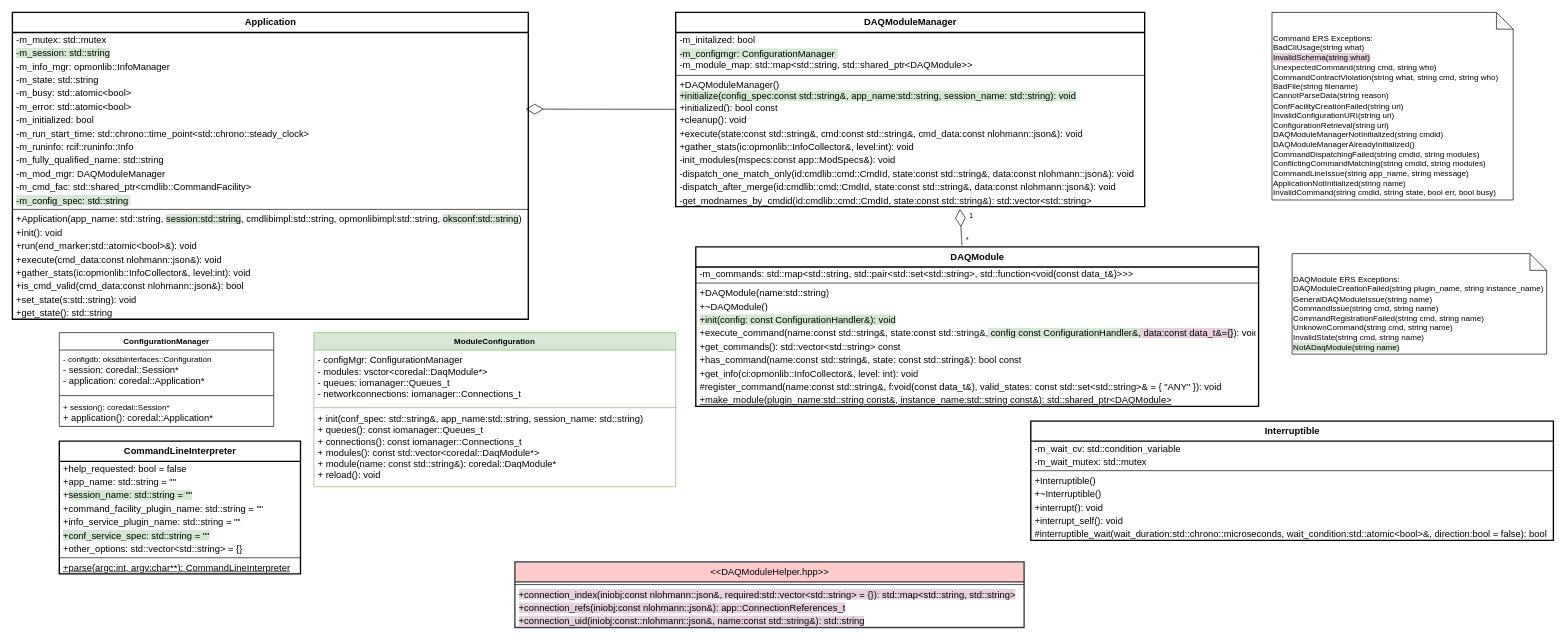
DUNE-DAQ/appfwk keeps this draw.io diagram as page "OKS Config with ConfigurationHandler" (1 of 3) of docs/appfwk.drawio. Above is the earlier version. Source tidied: cells renumbered, new cells numbered last; positions are measured from the earlier drawing's top-left corner, leaving out a move shared by most shapes. Both pictures are drawn from the tidied source at 67%, with x=0, y=0 at pixel (12, 12).
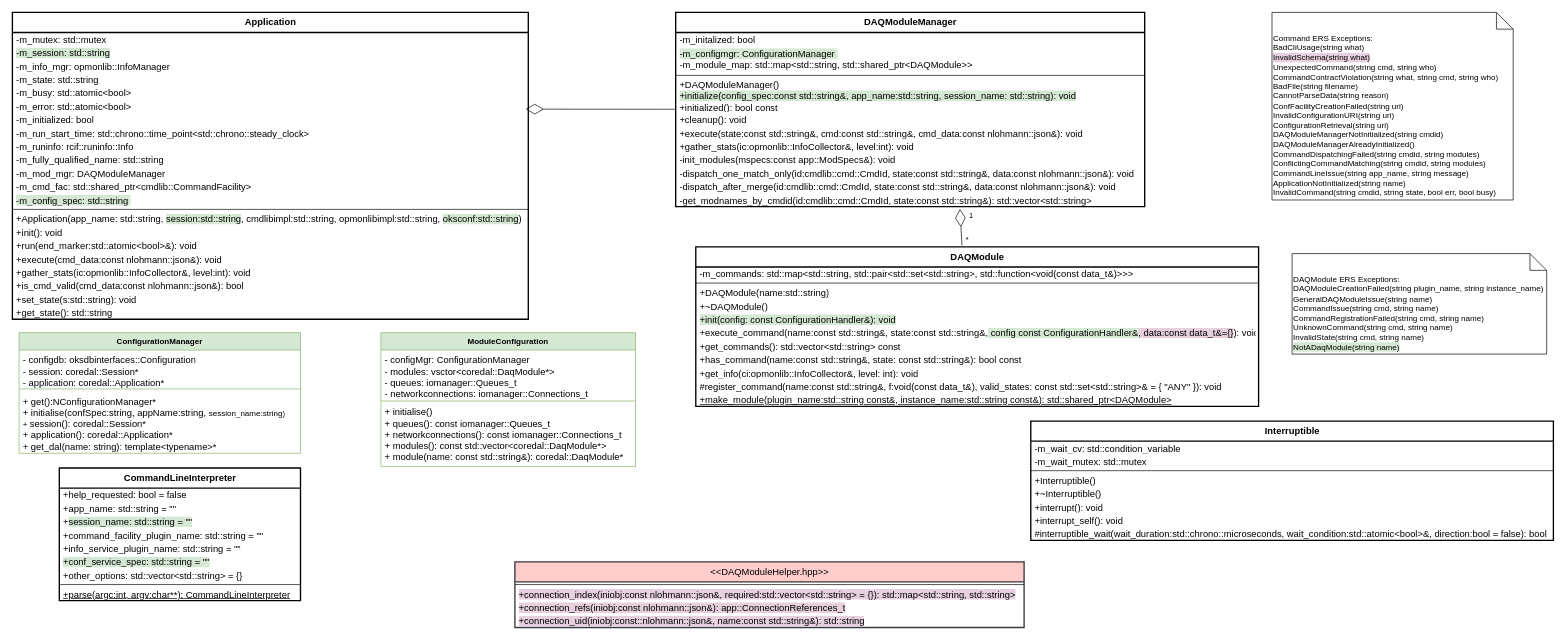
The same diagram, later.

Commit message (it also covers changes not shown here):
Get data_type from Connection rather than Service

What changed in the source:
```diff
@@
     <mxCell id="49" value="&lt;b&gt;CommandLineInterpreter&lt;br&gt;&lt;/b&gt;" style="swimlane;fontStyle=0;align=center;verticalAlign=top;horizontal=1;startSize=30;html=1;fontFamily=Helvetica;fontSize=14;strokeWidth=2;fillColor=default;" parent="1" vertex="1">
-      <mxGeometry x="70" y="640" width="360" height="198" as="geometry" />
+      <mxGeometry x="70" y="680" width="360" height="198" as="geometry" />
     </mxCell>
@@
     <mxCell id="74" value="ModuleConfiguration" style="swimlane;fontStyle=1;align=center;verticalAlign=top;horizontal=1;startSize=26;whiteSpace=wrap;html=1;fillColor=#d5e8d4;strokeColor=#82b366;" parent="1" vertex="1">
-      <mxGeometry x="450" y="478" width="540" height="230" as="geometry" />
+      <mxGeometry x="550" y="478" width="380" height="200" as="geometry" />
     </mxCell>
     <mxCell id="75" value="&lt;font style=&quot;font-size: 14px;&quot;&gt;- configMgr: ConfigurationManager&lt;br&gt;- modules: vsctor&amp;lt;coredal::DaqModule*&amp;gt;&lt;br&gt;- queues: iomanager::Queues_t&lt;br&gt;- networkconnections: iomanager::Connections_t&lt;br&gt;&lt;br&gt;&lt;/font&gt;" style="text;strokeColor=none;fillColor=none;align=left;verticalAlign=top;spacingLeft=4;spacingRight=4;overflow=hidden;whiteSpace=wrap;html=1;" parent="74" vertex="1">
-      <mxGeometry y="26" width="540" height="84" as="geometry" />
+      <mxGeometry y="26" width="380" height="74" as="geometry" />
     </mxCell>
     <mxCell id="76" style="line;strokeWidth=1;fillColor=none;align=left;verticalAlign=middle;spacingTop=-1;spacingLeft=3;spacingRight=3;labelPosition=right;strokeColor=inherit;" parent="74" vertex="1">
-      <mxGeometry y="110" width="540" height="4" as="geometry" />
+      <mxGeometry y="100" width="380" height="4" as="geometry" />
     </mxCell>
-    <mxCell id="77" value="&lt;font style=&quot;font-size: 14px;&quot;&gt;+ init(conf_spec: std::string&amp;amp;, app_name:std::string, session_name: std::string)&lt;br&gt;+ queues(): const iomanager::Queues_t&lt;br&gt;+ connections(): const iomanager::Connections_t&lt;br&gt;+ modules(): const std::vector&amp;lt;coredal::DaqModule*&amp;gt;&lt;br&gt;+ module(name: const std::string&amp;amp;): coredal::DaqModule*&lt;br&gt;+ reload(): void&lt;/font&gt;" style="text;strokeColor=none;fillColor=none;align=left;verticalAlign=top;spacingLeft=4;spacingRight=4;overflow=hidden;whiteSpace=wrap;html=1;" parent="74" vertex="1">
-      <mxGeometry y="114" width="540" height="116" as="geometry" />
+    <mxCell id="77" value="&lt;font style=&quot;font-size: 14px;&quot;&gt;+ initialise()&lt;br&gt;+ queues(): const iomanager::Queues_t&lt;br&gt;+ networkconnections(): const iomanager::Connections_t&lt;br&gt;+ modules(): const std::vector&amp;lt;coredal::DaqModule*&amp;gt;&lt;br&gt;+ module(name: const std::string&amp;amp;): coredal::DaqModule*&lt;br&gt;&lt;/font&gt;" style="text;strokeColor=none;fillColor=none;align=left;verticalAlign=top;spacingLeft=4;spacingRight=4;overflow=hidden;whiteSpace=wrap;html=1;" parent="74" vertex="1">
+      <mxGeometry y="104" width="380" height="96" as="geometry" />
     </mxCell>
@@
-    <mxCell id="83" value="ConfigurationManager" style="swimlane;fontStyle=1;align=center;verticalAlign=top;horizontal=1;startSize=26;whiteSpace=wrap;html=1;" parent="1" vertex="1">
-      <mxGeometry x="70" y="478" width="320" height="140" as="geometry" />
+    <mxCell id="83" value="ConfigurationManager" style="swimlane;fontStyle=1;align=center;verticalAlign=top;horizontal=1;startSize=26;whiteSpace=wrap;html=1;fillColor=#d5e8d4;strokeColor=#82b366;" parent="1" vertex="1">
+      <mxGeometry x="10" y="478" width="420" height="180" as="geometry" />
     </mxCell>
-    <mxCell id="84" value="- configdb: oksdbinterfaces::Configuration&lt;br style=&quot;border-color: var(--border-color); font-size: 14px;&quot;&gt;&lt;span style=&quot;font-size: 14px;&quot;&gt;- session: coredal::Session*&lt;/span&gt;&lt;br style=&quot;border-color: var(--border-color); font-size: 14px;&quot;&gt;&lt;span style=&quot;font-size: 14px;&quot;&gt;- application: coredal::Application*&lt;/span&gt;" style="text;strokeColor=none;fillColor=none;align=left;verticalAlign=top;spacingLeft=4;spacingRight=4;overflow=hidden;whiteSpace=wrap;html=1;" parent="83" vertex="1">
-      <mxGeometry y="26" width="320" height="64" as="geometry" />
+    <mxCell id="84" value="&lt;font style=&quot;font-size: 14px;&quot;&gt;- configdb: oksdbinterfaces::Configuration&lt;br style=&quot;border-color: var(--border-color);&quot;&gt;- session: coredal::Session*&lt;br style=&quot;border-color: var(--border-color);&quot;&gt;- application: coredal::Application*&lt;/font&gt;" style="text;strokeColor=none;fillColor=none;align=left;verticalAlign=top;spacingLeft=4;spacingRight=4;overflow=hidden;whiteSpace=wrap;html=1;" parent="83" vertex="1">
+      <mxGeometry y="26" width="420" height="54" as="geometry" />
     </mxCell>
     <mxCell id="85" style="line;strokeWidth=1;fillColor=none;align=left;verticalAlign=middle;spacingTop=-1;spacingLeft=3;spacingRight=3;labelPosition=right;strokeColor=inherit;" parent="83" vertex="1">
-      <mxGeometry y="90" width="320" height="8" as="geometry" />
+      <mxGeometry y="80" width="420" height="8" as="geometry" />
     </mxCell>
-    <mxCell id="86" value="+ session(): coredal::Session*&lt;br style=&quot;border-color: var(--border-color); font-size: 14px;&quot;&gt;&lt;span style=&quot;font-size: 14px;&quot;&gt;+ application(): coredal::Application*&lt;/span&gt;" style="text;strokeColor=none;fillColor=none;align=left;verticalAlign=top;spacingLeft=4;spacingRight=4;overflow=hidden;whiteSpace=wrap;html=1;" parent="83" vertex="1">
-      <mxGeometry y="98" width="320" height="42" as="geometry" />
+    <mxCell id="86" value="&lt;font style=&quot;font-size: 14px;&quot;&gt;+ get():NConfigurationManager*&lt;br&gt;&lt;/font&gt;&lt;font style=&quot;font-size: 14px;&quot;&gt;+ initialise(confSpec:string, appName:string, &lt;/font&gt;session_name:string)&lt;br&gt;+ &lt;font style=&quot;font-size: 14px;&quot;&gt;session(): coredal::Session*&lt;/font&gt;&lt;br style=&quot;border-color: var(--border-color); font-size: 14px;&quot;&gt;&lt;span style=&quot;font-size: 14px;&quot;&gt;+ application(): coredal::Application*&lt;br&gt;+ get_dal(name: string): template&amp;lt;typename&amp;gt;*&lt;br&gt;&lt;/span&gt;" style="text;strokeColor=none;fillColor=none;align=left;verticalAlign=top;spacingLeft=4;spacingRight=4;overflow=hidden;whiteSpace=wrap;html=1;" parent="83" vertex="1">
+      <mxGeometry y="88" width="420" height="92" as="geometry" />
     </mxCell>
```
